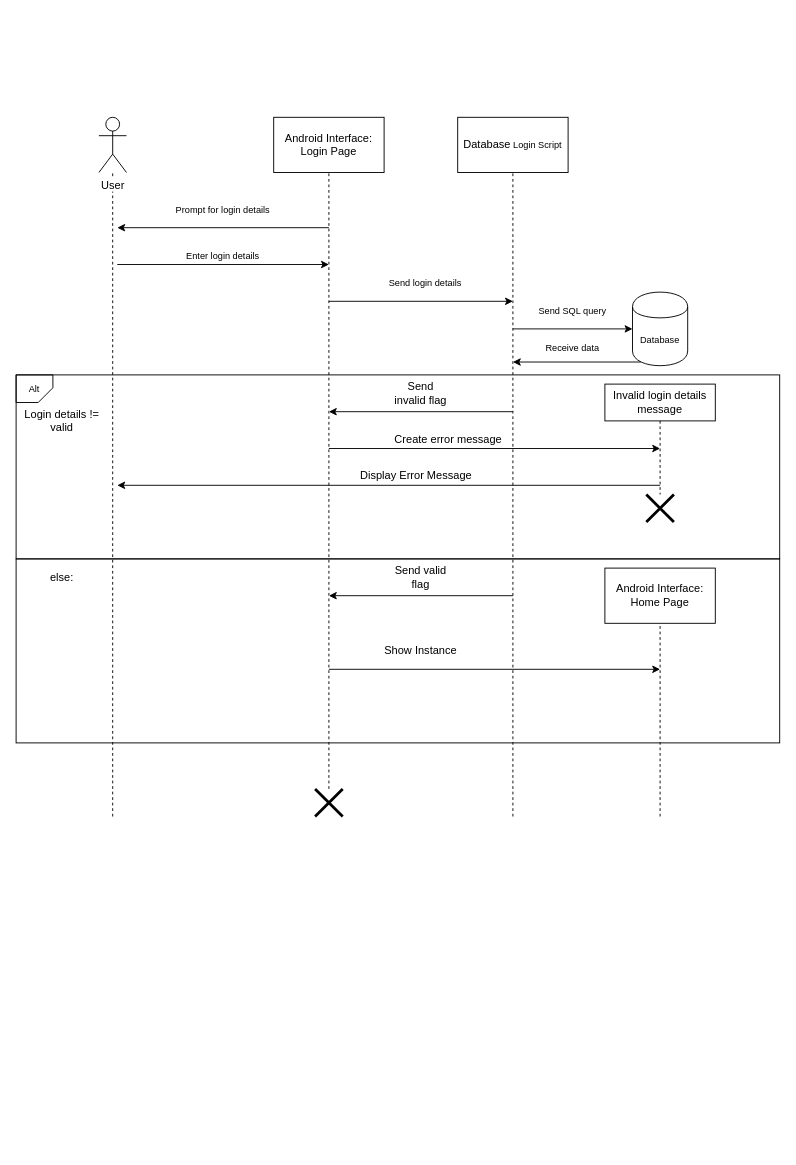
Before: Diagrams/Sequence_Diagram_Login.drawio in Makizoro/Overclock, a draw.io diagram. Source tidied: cells renumbered, new cells numbered last; positions are measured from the earlier drawing's top-left corner, leaving out a move shared by most shapes. Both pictures are drawn from the tidied source at 92%, with x=0, y=0 at pixel (16, 117).
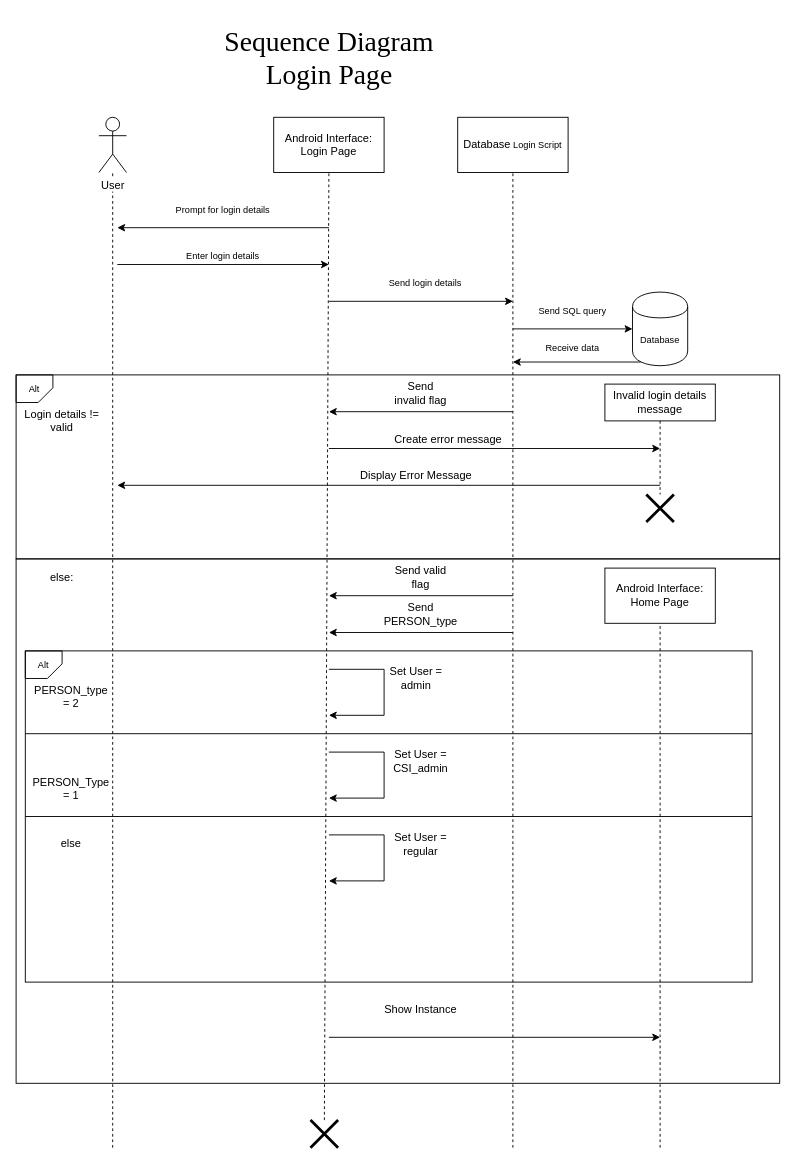
Above is the later version.

Unchanged cells that the change refers to:
```xml
<mxCell id="6" value="&lt;div&gt;&lt;span style=&quot;background-color: rgb(255 , 255 , 255)&quot;&gt;User&lt;/span&gt;&lt;/div&gt;" style="shape=umlActor;verticalLabelPosition=bottom;labelBackgroundColor=#ffffff;verticalAlign=top;html=1;outlineConnect=0;" parent="1" vertex="1">
  <mxGeometry x="90" width="30" height="60" as="geometry" />
</mxCell>
<mxCell id="7" value="Android Interface: Login Page" style="rounded=0;whiteSpace=wrap;html=1;" parent="1" vertex="1">
  <mxGeometry x="280" width="120" height="60" as="geometry" />
</mxCell>
<mxCell id="13" value="&lt;font style=&quot;font-size: 12px&quot;&gt;Database&lt;/font&gt; Login Script" style="rounded=0;whiteSpace=wrap;html=1;fontSize=10;" parent="1" vertex="1">
  <mxGeometry x="480" width="120" height="60" as="geometry" />
</mxCell>
<mxCell id="35" value="Android Interface: Home Page" style="rounded=0;whiteSpace=wrap;html=1;" parent="1" vertex="1">
  <mxGeometry x="640" y="490" width="120" height="60" as="geometry" />
</mxCell>
```

Diff of the diagram source:
```diff
@@
     <mxCell id="3" style="rounded=0;whiteSpace=wrap;html=1;fontSize=10;fillColor=none;" parent="1" vertex="1">
-      <mxGeometry y="480" width="830" height="200" as="geometry" />
+      <mxGeometry y="480" width="830" height="570" as="geometry" />
     </mxCell>
+    <mxCell id="41" style="rounded=0;whiteSpace=wrap;html=1;fillColor=none;" parent="1" vertex="1">
+      <mxGeometry x="10" y="580" width="790" height="360" as="geometry" />
+    </mxCell>
@@
     <mxCell id="5" style="endArrow=none;dashed=1;html=1;" parent="1" edge="1" target="6">
       <mxGeometry relative="1" as="geometry">
-        <mxPoint x="105" y="760" as="sourcePoint" />
+        <mxPoint x="105" y="1120" as="sourcePoint" />
       </mxGeometry>
     </mxCell>
@@
-    <mxCell id="8" style="endArrow=none;dashed=1;html=1;entryX=0.5;entryY=1;entryDx=0;entryDy=0;" parent="1" edge="1" source="37" target="7">
-      <mxGeometry relative="1" as="geometry" />
-    </mxCell>
@@
     <mxCell id="14" style="endArrow=none;dashed=1;html=1;fontSize=10;entryX=0.5;entryY=1;entryDx=0;entryDy=0;" parent="1" edge="1" target="13">
       <mxGeometry relative="1" as="geometry">
-        <mxPoint x="540" y="760" as="sourcePoint" />
+        <mxPoint x="540" y="1120" as="sourcePoint" />
       </mxGeometry>
     </mxCell>
@@
     <mxCell id="36" style="endArrow=none;dashed=1;html=1;entryX=0.5;entryY=1;entryDx=0;entryDy=0;" parent="1" edge="1" target="35">
       <mxGeometry relative="1" as="geometry">
-        <mxPoint x="700" y="760" as="sourcePoint" />
+        <mxPoint x="700" y="1120" as="sourcePoint" />
       </mxGeometry>
     </mxCell>
     <mxCell id="37" style="shape=umlDestroy;whiteSpace=wrap;html=1;strokeWidth=3;" parent="1" vertex="1">
-      <mxGeometry x="325" y="730" width="30" height="30" as="geometry" />
+      <mxGeometry x="320" y="1090" width="30" height="30" as="geometry" />
     </mxCell>
-    <mxCell id="38" style="endArrow=none;dashed=1;html=1;entryX=0.5;entryY=1;entryDx=0;entryDy=0;" parent="1" edge="1" target="37">
-      <mxGeometry relative="1" as="geometry">
-        <mxPoint x="340" y="760" as="sourcePoint" />
-      </mxGeometry>
-    </mxCell>
     <mxCell id="39" style="endArrow=classic;html=1;" parent="1" edge="1">
       <mxGeometry relative="1" as="geometry">
-        <mxPoint x="340" y="600" as="sourcePoint" />
-        <mxPoint x="700" y="600" as="targetPoint" />
+        <mxPoint x="340" y="1000" as="sourcePoint" />
+        <mxPoint x="700" y="1000" as="targetPoint" />
       </mxGeometry>
     </mxCell>
     <mxCell id="40" value="Show Instance" style="text;html=1;strokeColor=none;fillColor=none;align=center;verticalAlign=middle;whiteSpace=wrap;rounded=0;" parent="1" vertex="1">
-      <mxGeometry x="395" y="570" width="90" height="20" as="geometry" />
+      <mxGeometry x="395" y="960" width="90" height="20" as="geometry" />
     </mxCell>
+    <mxCell id="42" style="endArrow=classic;html=1;" parent="1" edge="1">
+      <mxGeometry relative="1" as="geometry">
+        <mxPoint x="540" y="560" as="sourcePoint" />
+        <mxPoint x="340" y="560" as="targetPoint" />
+      </mxGeometry>
+    </mxCell>
+    <mxCell id="43" value="Send PERSON_type" style="text;html=1;strokeColor=none;fillColor=none;align=center;verticalAlign=middle;whiteSpace=wrap;rounded=0;" parent="1" vertex="1">
+      <mxGeometry x="410" y="530" width="60" height="20" as="geometry" />
+    </mxCell>
+    <mxCell id="44" value="Alt" style="shape=card;whiteSpace=wrap;html=1;fillColor=none;fontSize=10;rotation=0;direction=west;size=16;" parent="1" vertex="1">
+      <mxGeometry x="10" y="580" width="40" height="30" as="geometry" />
+    </mxCell>
+    <mxCell id="45" value="PERSON_type = 2" style="text;html=1;strokeColor=none;fillColor=none;align=center;verticalAlign=middle;whiteSpace=wrap;rounded=0;" parent="1" vertex="1">
+      <mxGeometry x="30" y="620" width="60" height="20" as="geometry" />
+    </mxCell>
+    <mxCell id="46" style="endArrow=none;html=1;exitX=0;exitY=0.25;exitDx=0;exitDy=0;entryX=1;entryY=0.25;entryDx=0;entryDy=0;" parent="1" edge="1" source="41" target="41">
+      <mxGeometry relative="1" as="geometry" />
+    </mxCell>
+    <mxCell id="47" style="endArrow=classic;html=1;rounded=0;" parent="1" edge="1">
+      <mxGeometry relative="1" as="geometry">
+        <mxPoint x="340" y="600" as="sourcePoint" />
+        <mxPoint x="340" y="650" as="targetPoint" />
+        <Array as="points">
+          <mxPoint x="400" y="600" />
+          <mxPoint x="400" y="650" />
+        </Array>
+      </mxGeometry>
+    </mxCell>
+    <mxCell id="8" style="endArrow=none;dashed=1;html=1;entryX=0.5;entryY=1;entryDx=0;entryDy=0;" parent="1" edge="1" source="37" target="7">
+      <mxGeometry relative="1" as="geometry" />
+    </mxCell>
+    <mxCell id="48" value="Set User = admin" style="text;html=1;strokeColor=none;fillColor=none;align=center;verticalAlign=middle;whiteSpace=wrap;rounded=0;" parent="1" vertex="1">
+      <mxGeometry x="405" y="600" width="60" height="20" as="geometry" />
+    </mxCell>
+    <mxCell id="49" value="PERSON_Type = 1" style="text;html=1;strokeColor=none;fillColor=none;align=center;verticalAlign=middle;whiteSpace=wrap;rounded=0;" parent="1" vertex="1">
+      <mxGeometry x="30" y="720" width="60" height="20" as="geometry" />
+    </mxCell>
+    <mxCell id="50" value="Set User = CSI_admin" style="text;html=1;strokeColor=none;fillColor=none;align=center;verticalAlign=middle;whiteSpace=wrap;rounded=0;" parent="1" vertex="1">
+      <mxGeometry x="410" y="690" width="60" height="20" as="geometry" />
+    </mxCell>
+    <mxCell id="51" style="endArrow=none;html=1;exitX=0;exitY=0.5;exitDx=0;exitDy=0;entryX=1;entryY=0.5;entryDx=0;entryDy=0;" parent="1" edge="1" source="41" target="41">
+      <mxGeometry relative="1" as="geometry" />
+    </mxCell>
+    <mxCell id="52" style="endArrow=classic;html=1;rounded=0;" parent="1" edge="1">
+      <mxGeometry relative="1" as="geometry">
+        <mxPoint x="340" y="690" as="sourcePoint" />
+        <mxPoint x="340" y="740" as="targetPoint" />
+        <Array as="points">
+          <mxPoint x="400" y="690" />
+          <mxPoint x="400" y="740" />
+        </Array>
+      </mxGeometry>
+    </mxCell>
+    <mxCell id="53" value="else" style="text;html=1;strokeColor=none;fillColor=none;align=center;verticalAlign=middle;whiteSpace=wrap;rounded=0;" parent="1" vertex="1">
+      <mxGeometry x="30" y="780" width="60" height="20" as="geometry" />
+    </mxCell>
+    <mxCell id="54" style="endArrow=classic;html=1;rounded=0;" parent="1" edge="1">
+      <mxGeometry relative="1" as="geometry">
+        <mxPoint x="340" y="780" as="sourcePoint" />
+        <mxPoint x="340" y="830" as="targetPoint" />
+        <Array as="points">
+          <mxPoint x="400" y="780" />
+          <mxPoint x="400" y="830" />
+        </Array>
+      </mxGeometry>
+    </mxCell>
+    <mxCell id="55" value="Set User = regular" style="text;html=1;strokeColor=none;fillColor=none;align=center;verticalAlign=middle;whiteSpace=wrap;rounded=0;" parent="1" vertex="1">
+      <mxGeometry x="410" y="780" width="60" height="20" as="geometry" />
+    </mxCell>
+    <mxCell id="56" value="Sequence Diagram Login Page" style="text;html=1;strokeColor=none;fillColor=none;align=center;verticalAlign=middle;whiteSpace=wrap;rounded=0;fontFamily=Times New Roman;fontSize=30;" parent="1" vertex="1">
+      <mxGeometry x="202.5" y="-110" width="275" height="90" as="geometry" />
+    </mxCell>
```
